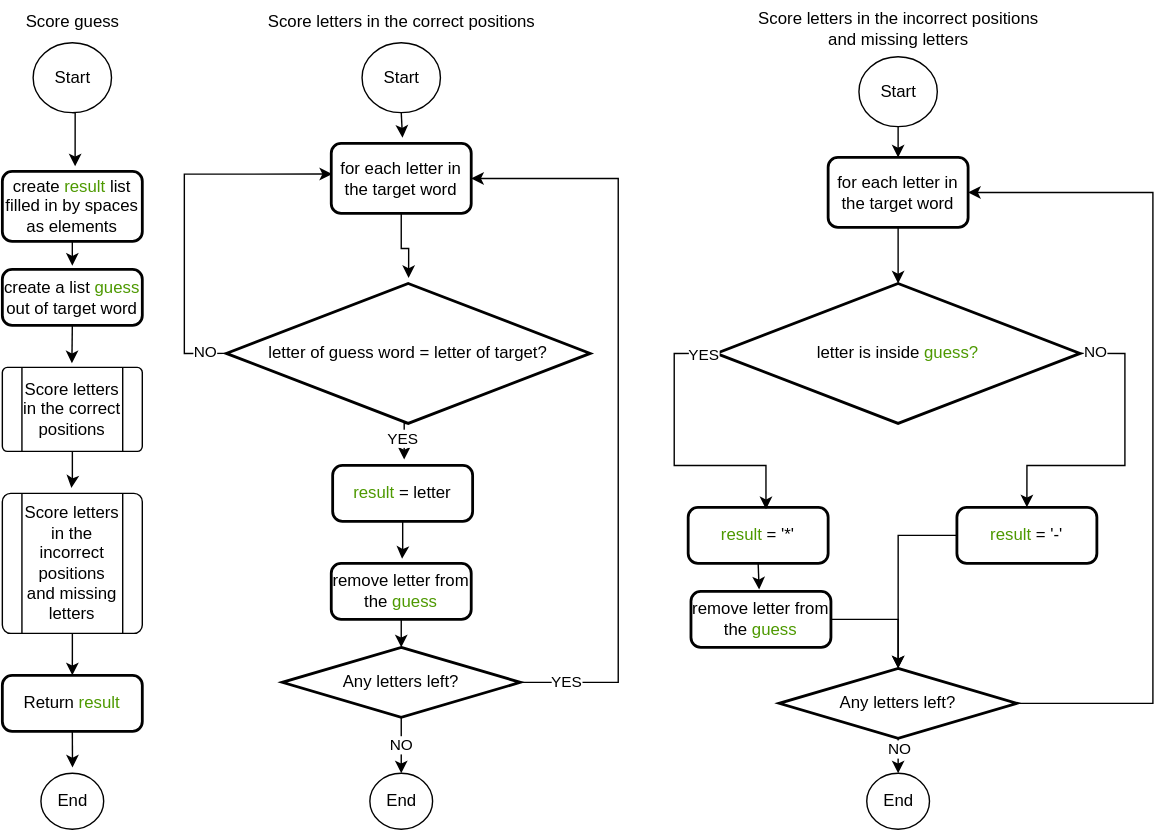
Alex-Gunn/QuestDeclining keeps this draw.io diagram as Wordle_flowchart.drawio.svg. Above is the earlier version. Source tidied: cells renumbered, new cells last; positions are measured from the earlier drawing's top-left corner, leaving out a move shared by most shapes.
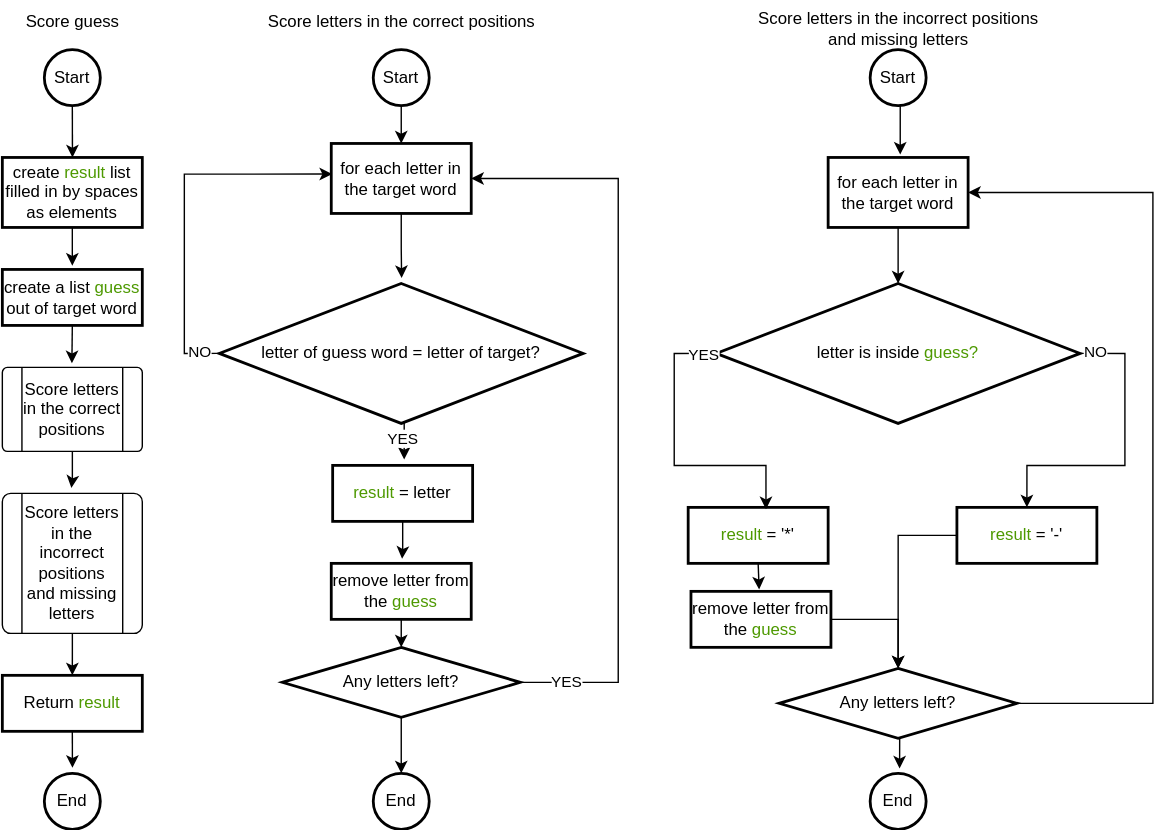
The same diagram one commit later.

Diff of the diagram source:
```diff
@@ -5,18 +5,12 @@
     <mxCell id="2" style="edgeStyle=orthogonalEdgeStyle;rounded=0;jettySize=auto;html=1;exitX=0.5;exitY=1;exitDx=0;exitDy=0;entryX=0.497;entryY=-0.05;entryDx=0;entryDy=0;entryPerimeter=0;" parent="1" edge="1" source="3" target="8">
       <mxGeometry relative="1" as="geometry" />
     </mxCell>
-    <mxCell id="3" value="create a list &lt;font color=&quot;#4d9900&quot;&gt;guess&lt;/font&gt; out of target word" style="rounded=1;whiteSpace=wrap;html=1;absoluteArcSize=1;arcSize=14;strokeWidth=2;" parent="1" vertex="1">
+    <mxCell id="3" value="create a list &lt;font color=&quot;#4d9900&quot;&gt;guess&lt;/font&gt; out of target word" style="rounded=0;whiteSpace=wrap;html=1;absoluteArcSize=1;arcSize=14;strokeWidth=2;" parent="1" vertex="1">
       <mxGeometry y="192" width="100" height="40" as="geometry" />
     </mxCell>
-    <mxCell id="4" value="Start" style="verticalLabelPosition=middle;verticalAlign=middle;html=1;shape=mxgraph.flowchart.on-page_reference;labelPosition=center;align=center;" parent="1" vertex="1">
-      <mxGeometry x="22" y="30" width="56" height="50" as="geometry" />
-    </mxCell>
-    <mxCell id="5" value="create &lt;font color=&quot;#4d9900&quot;&gt;result&lt;/font&gt; list filled in by spaces as elements" style="rounded=1;whiteSpace=wrap;html=1;absoluteArcSize=1;arcSize=14;strokeWidth=2;" parent="1" vertex="1">
-      <mxGeometry y="122" width="100" height="50" as="geometry" />
+    <mxCell id="5" value="create &lt;font color=&quot;#4d9900&quot;&gt;result&lt;/font&gt; list filled in by spaces as elements" style="rounded=0;whiteSpace=wrap;html=1;absoluteArcSize=1;arcSize=14;strokeWidth=2;" parent="1" vertex="1">
+      <mxGeometry y="112" width="100" height="50" as="geometry" />
     </mxCell>
-    <mxCell id="6" style="edgeStyle=orthogonalEdgeStyle;rounded=0;jettySize=auto;html=1;exitX=0.5;exitY=1;exitDx=0;exitDy=0;exitPerimeter=0;entryX=0.52;entryY=-0.073;entryDx=0;entryDy=0;entryPerimeter=0;" parent="1" edge="1" source="4" target="5">
-      <mxGeometry relative="1" as="geometry" />
-    </mxCell>
     <mxCell id="7" style="edgeStyle=orthogonalEdgeStyle;rounded=0;jettySize=auto;html=1;exitX=0.5;exitY=1;exitDx=0;exitDy=0;entryX=0.5;entryY=-0.067;entryDx=0;entryDy=0;entryPerimeter=0;" parent="1" edge="1" source="5" target="3">
       <mxGeometry relative="1" as="geometry" />
     </mxCell>
@@ -35,34 +29,22 @@
     <mxCell id="12" value="Score guess" style="text;html=1;align=center;verticalAlign=middle;strokeColor=none;fillColor=none;" parent="1" vertex="1">
       <mxGeometry x="5" width="90" height="30" as="geometry" />
     </mxCell>
-    <mxCell id="13" value="End" style="verticalLabelPosition=middle;verticalAlign=middle;html=1;shape=mxgraph.flowchart.on-page_reference;labelPosition=center;align=center;" parent="1" vertex="1">
-      <mxGeometry x="27.6" y="552" width="44.8" height="40" as="geometry" />
-    </mxCell>
-    <mxCell id="14" value="Return &lt;font color=&quot;#4d9900&quot;&gt;result&lt;/font&gt;" style="rounded=1;whiteSpace=wrap;html=1;absoluteArcSize=1;arcSize=14;strokeWidth=2;" parent="1" vertex="1">
+    <mxCell id="14" value="Return &lt;font color=&quot;#4d9900&quot;&gt;result&lt;/font&gt;" style="rounded=0;whiteSpace=wrap;html=1;absoluteArcSize=1;arcSize=14;strokeWidth=2;" parent="1" vertex="1">
       <mxGeometry y="482" width="100" height="40" as="geometry" />
     </mxCell>
-    <mxCell id="15" style="edgeStyle=orthogonalEdgeStyle;rounded=0;jettySize=auto;html=1;exitX=0.5;exitY=1;exitDx=0;exitDy=0;entryX=0.503;entryY=-0.104;entryDx=0;entryDy=0;entryPerimeter=0;" parent="1" edge="1" source="14" target="13">
-      <mxGeometry relative="1" as="geometry" />
-    </mxCell>
     <mxCell id="16" value="Score letters in the correct positions" style="text;html=1;align=center;verticalAlign=middle;strokeColor=none;fillColor=none;" parent="1" vertex="1">
       <mxGeometry x="180" width="210" height="30" as="geometry" />
     </mxCell>
     <mxCell id="17" value="Score letters in the incorrect positions &lt;br&gt;and missing letters" style="text;html=1;align=center;verticalAlign=middle;strokeColor=none;fillColor=none;" parent="1" vertex="1">
       <mxGeometry x="530" width="220" height="40" as="geometry" />
     </mxCell>
-    <mxCell id="18" value="Start" style="verticalLabelPosition=middle;verticalAlign=middle;html=1;shape=mxgraph.flowchart.on-page_reference;labelPosition=center;align=center;" parent="1" vertex="1">
-      <mxGeometry x="257" y="30" width="56" height="50" as="geometry" />
-    </mxCell>
-    <mxCell id="19" value="for each letter in the target word" style="rounded=1;whiteSpace=wrap;html=1;absoluteArcSize=1;arcSize=14;strokeWidth=2;" parent="1" vertex="1">
+    <mxCell id="19" value="for each letter in the target word" style="rounded=0;whiteSpace=wrap;html=1;absoluteArcSize=1;arcSize=14;strokeWidth=2;" parent="1" vertex="1">
       <mxGeometry x="235" y="102" width="100" height="50" as="geometry" />
     </mxCell>
-    <mxCell id="20" style="edgeStyle=orthogonalEdgeStyle;rounded=0;jettySize=auto;html=1;exitX=0.5;exitY=1;exitDx=0;exitDy=0;exitPerimeter=0;entryX=0.509;entryY=-0.083;entryDx=0;entryDy=0;entryPerimeter=0;" parent="1" edge="1" source="18" target="19">
-      <mxGeometry relative="1" as="geometry" />
-    </mxCell>
     <mxCell id="21" value="letter of guess word = letter of target?" style="strokeWidth=2;html=1;shape=mxgraph.flowchart.decision;whiteSpace=wrap;" parent="1" vertex="1">
-      <mxGeometry x="160" y="202" width="260" height="100" as="geometry" />
+      <mxGeometry x="155" y="202" width="260" height="100" as="geometry" />
     </mxCell>
-    <mxCell id="22" value="&lt;font color=&quot;#4d9900&quot;&gt;result&lt;/font&gt; = letter" style="rounded=1;whiteSpace=wrap;html=1;absoluteArcSize=1;arcSize=14;strokeWidth=2;" parent="1" vertex="1">
+    <mxCell id="22" value="&lt;font color=&quot;#4d9900&quot;&gt;result&lt;/font&gt; = letter" style="rounded=0;whiteSpace=wrap;html=1;absoluteArcSize=1;arcSize=14;strokeWidth=2;" parent="1" vertex="1">
       <mxGeometry x="236" y="332" width="100" height="40" as="geometry" />
     </mxCell>
     <mxCell id="23" style="edgeStyle=orthogonalEdgeStyle;rounded=0;jettySize=auto;html=1;exitX=1;exitY=0.5;exitDx=0;exitDy=0;entryX=1;entryY=0.5;entryDx=0;entryDy=0;exitPerimeter=0;" parent="1" edge="1" source="33" target="19">
@@ -76,7 +58,7 @@
     <mxCell id="24" value="YES" style="edgeLabel;html=1;align=center;verticalAlign=middle;" parent="23" vertex="1">
       <mxGeometry x="-0.88" relative="1" as="geometry" />
     </mxCell>
-    <mxCell id="25" value="remove letter from the &lt;font color=&quot;#4d9900&quot;&gt;guess&lt;/font&gt;" style="rounded=1;whiteSpace=wrap;html=1;absoluteArcSize=1;arcSize=14;strokeWidth=2;" parent="1" vertex="1">
+    <mxCell id="25" value="remove letter from the &lt;font color=&quot;#4d9900&quot;&gt;guess&lt;/font&gt;" style="rounded=0;whiteSpace=wrap;html=1;absoluteArcSize=1;arcSize=14;strokeWidth=2;" parent="1" vertex="1">
       <mxGeometry x="235" y="402" width="100" height="40" as="geometry" />
     </mxCell>
     <mxCell id="26" style="edgeStyle=orthogonalEdgeStyle;rounded=0;jettySize=auto;html=1;exitX=0.5;exitY=1;exitDx=0;exitDy=0;exitPerimeter=0;entryX=0.511;entryY=-0.104;entryDx=0;entryDy=0;entryPerimeter=0;" parent="1" edge="1" source="21" target="22">
@@ -102,31 +84,16 @@
     <mxCell id="31" style="edgeStyle=orthogonalEdgeStyle;rounded=0;jettySize=auto;html=1;exitX=0.5;exitY=1;exitDx=0;exitDy=0;entryX=0.501;entryY=-0.039;entryDx=0;entryDy=0;entryPerimeter=0;" parent="1" edge="1" source="19" target="21">
       <mxGeometry relative="1" as="geometry" />
     </mxCell>
-    <mxCell id="32" value="End" style="verticalLabelPosition=middle;verticalAlign=middle;html=1;shape=mxgraph.flowchart.on-page_reference;labelPosition=center;align=center;" parent="1" vertex="1">
-      <mxGeometry x="262.6" y="552" width="44.8" height="40" as="geometry" />
-    </mxCell>
+    <mxCell id="57" style="edgeStyle=orthogonalEdgeStyle;rounded=0;jettySize=auto;html=1;" parent="1" edge="1" source="33" target="65">
+      <mxGeometry relative="1" as="geometry" />
+    </mxCell>
     <mxCell id="33" value="Any letters left?" style="strokeWidth=2;html=1;shape=mxgraph.flowchart.decision;whiteSpace=wrap;" parent="1" vertex="1">
       <mxGeometry x="200" y="462" width="170" height="50" as="geometry" />
     </mxCell>
     <mxCell id="34" style="edgeStyle=orthogonalEdgeStyle;rounded=0;jettySize=auto;html=1;exitX=0.5;exitY=1;exitDx=0;exitDy=0;entryX=0.5;entryY=0;entryDx=0;entryDy=0;entryPerimeter=0;" parent="1" edge="1" source="25" target="33">
       <mxGeometry relative="1" as="geometry" />
     </mxCell>
-    <mxCell id="35" style="edgeStyle=orthogonalEdgeStyle;rounded=0;jettySize=auto;html=1;entryX=0.5;entryY=0;entryDx=0;entryDy=0;entryPerimeter=0;" parent="1" edge="1" source="33" target="32">
-      <mxGeometry relative="1" as="geometry" />
-    </mxCell>
-    <mxCell id="36" value="NO" style="edgeLabel;html=1;align=center;verticalAlign=middle;" parent="35" vertex="1">
-      <mxGeometry x="-0.04" relative="1" as="geometry" />
-    </mxCell>
-    <mxCell id="37" style="edgeStyle=orthogonalEdgeStyle;rounded=0;jettySize=auto;html=1;exitX=0.5;exitY=1;exitDx=0;exitDy=0;exitPerimeter=0;entryX=0.5;entryY=0;entryDx=0;entryDy=0;" parent="1" edge="1" source="38" target="40">
-      <mxGeometry relative="1" as="geometry" />
-    </mxCell>
-    <mxCell id="38" value="Start" style="verticalLabelPosition=middle;verticalAlign=middle;html=1;shape=mxgraph.flowchart.on-page_reference;labelPosition=center;align=center;" parent="1" vertex="1">
-      <mxGeometry x="612" y="40" width="56" height="50" as="geometry" />
-    </mxCell>
-    <mxCell id="39" value="End" style="verticalLabelPosition=middle;verticalAlign=middle;html=1;shape=mxgraph.flowchart.on-page_reference;labelPosition=center;align=center;" parent="1" vertex="1">
-      <mxGeometry x="617.6" y="552" width="44.8" height="40" as="geometry" />
-    </mxCell>
-    <mxCell id="40" value="for each letter in the target word" style="rounded=1;whiteSpace=wrap;html=1;absoluteArcSize=1;arcSize=14;strokeWidth=2;" parent="1" vertex="1">
+    <mxCell id="40" value="for each letter in the target word" style="rounded=0;whiteSpace=wrap;html=1;absoluteArcSize=1;arcSize=14;strokeWidth=2;" parent="1" vertex="1">
       <mxGeometry x="590" y="112" width="100" height="50" as="geometry" />
     </mxCell>
     <mxCell id="41" style="edgeStyle=orthogonalEdgeStyle;rounded=0;jettySize=auto;html=1;exitX=1;exitY=0.5;exitDx=0;exitDy=0;exitPerimeter=0;entryX=0.5;entryY=0;entryDx=0;entryDy=0;" parent="1" edge="1" source="43" target="49">
@@ -144,10 +111,10 @@
     <mxCell id="43" value="letter is inside &lt;font color=&quot;#4d9900&quot;&gt;guess?&lt;/font&gt;" style="strokeWidth=2;html=1;shape=mxgraph.flowchart.decision;whiteSpace=wrap;" parent="1" vertex="1">
       <mxGeometry x="510" y="202" width="260" height="100" as="geometry" />
     </mxCell>
-    <mxCell id="44" value="&lt;font color=&quot;#4d9900&quot;&gt;result&lt;/font&gt; = '*'" style="rounded=1;whiteSpace=wrap;html=1;absoluteArcSize=1;arcSize=14;strokeWidth=2;" parent="1" vertex="1">
+    <mxCell id="44" value="&lt;font color=&quot;#4d9900&quot;&gt;result&lt;/font&gt; = '*'" style="rounded=0;whiteSpace=wrap;html=1;absoluteArcSize=1;arcSize=14;strokeWidth=2;" parent="1" vertex="1">
       <mxGeometry x="490" y="362" width="100" height="40" as="geometry" />
     </mxCell>
-    <mxCell id="45" value="remove letter from the &lt;font color=&quot;#4d9900&quot;&gt;guess&lt;/font&gt;" style="rounded=1;whiteSpace=wrap;html=1;absoluteArcSize=1;arcSize=14;strokeWidth=2;" parent="1" vertex="1">
+    <mxCell id="45" value="remove letter from the &lt;font color=&quot;#4d9900&quot;&gt;guess&lt;/font&gt;" style="rounded=0;whiteSpace=wrap;html=1;absoluteArcSize=1;arcSize=14;strokeWidth=2;" parent="1" vertex="1">
       <mxGeometry x="492" y="422" width="100" height="40" as="geometry" />
     </mxCell>
     <mxCell id="46" style="edgeStyle=orthogonalEdgeStyle;rounded=0;jettySize=auto;html=1;exitX=0;exitY=0.5;exitDx=0;exitDy=0;exitPerimeter=0;entryX=0.556;entryY=0.032;entryDx=0;entryDy=0;entryPerimeter=0;" parent="1" edge="1" source="43" target="44">
@@ -165,7 +132,7 @@
     <mxCell id="48" style="edgeStyle=orthogonalEdgeStyle;rounded=0;jettySize=auto;html=1;exitX=0.5;exitY=1;exitDx=0;exitDy=0;entryX=0.487;entryY=-0.035;entryDx=0;entryDy=0;entryPerimeter=0;" parent="1" edge="1" source="44" target="45">
       <mxGeometry relative="1" as="geometry" />
     </mxCell>
-    <mxCell id="49" value="&lt;font color=&quot;#4d9900&quot;&gt;result&lt;/font&gt; = '-'" style="rounded=1;whiteSpace=wrap;html=1;absoluteArcSize=1;arcSize=14;strokeWidth=2;" parent="1" vertex="1">
+    <mxCell id="49" value="&lt;font color=&quot;#4d9900&quot;&gt;result&lt;/font&gt; = '-'" style="rounded=0;whiteSpace=wrap;html=1;absoluteArcSize=1;arcSize=14;strokeWidth=2;" parent="1" vertex="1">
       <mxGeometry x="682" y="362" width="100" height="40" as="geometry" />
     </mxCell>
     <mxCell id="50" style="edgeStyle=orthogonalEdgeStyle;rounded=0;jettySize=auto;html=1;exitX=1;exitY=0.5;exitDx=0;exitDy=0;exitPerimeter=0;entryX=1;entryY=0.5;entryDx=0;entryDy=0;" parent="1" edge="1" source="51" target="40">
@@ -185,14 +152,41 @@
     <mxCell id="53" style="edgeStyle=orthogonalEdgeStyle;rounded=0;jettySize=auto;html=1;exitX=1;exitY=0.5;exitDx=0;exitDy=0;entryX=0.5;entryY=0;entryDx=0;entryDy=0;entryPerimeter=0;" parent="1" edge="1" source="45" target="51">
       <mxGeometry relative="1" as="geometry" />
     </mxCell>
-    <mxCell id="54" style="edgeStyle=orthogonalEdgeStyle;rounded=0;jettySize=auto;html=1;exitX=0.5;exitY=1;exitDx=0;exitDy=0;exitPerimeter=0;entryX=0.5;entryY=0;entryDx=0;entryDy=0;entryPerimeter=0;" parent="1" edge="1" source="51" target="39">
-      <mxGeometry relative="1" as="geometry" />
-    </mxCell>
-    <mxCell id="55" value="NO" style="edgeLabel;html=1;align=center;verticalAlign=middle;" parent="54" vertex="1">
-      <mxGeometry x="-0.34" y="1" relative="1" as="geometry" />
-    </mxCell>
     <mxCell id="56" style="edgeStyle=orthogonalEdgeStyle;rounded=0;jettySize=auto;html=1;exitX=0.5;exitY=1;exitDx=0;exitDy=0;entryX=0.5;entryY=0;entryDx=0;entryDy=0;entryPerimeter=0;" parent="1" edge="1" source="40" target="43">
       <mxGeometry relative="1" as="geometry" />
     </mxCell>
+    <mxCell id="58" value="Start" style="strokeWidth=2;html=1;shape=mxgraph.flowchart.start_2;whiteSpace=wrap;" parent="1" vertex="1">
+      <mxGeometry x="30" y="35" width="40" height="40" as="geometry" />
+    </mxCell>
+    <mxCell id="59" style="edgeStyle=orthogonalEdgeStyle;rounded=0;jettySize=auto;html=1;exitX=0.5;exitY=1;exitDx=0;exitDy=0;exitPerimeter=0;entryX=0.5;entryY=0;entryDx=0;entryDy=0;" parent="1" edge="1" source="60" target="19">
+      <mxGeometry relative="1" as="geometry" />
+    </mxCell>
+    <mxCell id="60" value="Start" style="strokeWidth=2;html=1;shape=mxgraph.flowchart.start_2;whiteSpace=wrap;" parent="1" vertex="1">
+      <mxGeometry x="265" y="35" width="40" height="40" as="geometry" />
+    </mxCell>
+    <mxCell id="61" value="Start" style="strokeWidth=2;html=1;shape=mxgraph.flowchart.start_2;whiteSpace=wrap;" parent="1" vertex="1">
+      <mxGeometry x="620" y="35" width="40" height="40" as="geometry" />
+    </mxCell>
+    <mxCell id="62" style="edgeStyle=orthogonalEdgeStyle;rounded=0;jettySize=auto;html=1;exitX=0.5;exitY=1;exitDx=0;exitDy=0;exitPerimeter=0;entryX=0.501;entryY=0;entryDx=0;entryDy=0;entryPerimeter=0;" parent="1" edge="1" source="58" target="5">
+      <mxGeometry relative="1" as="geometry" />
+    </mxCell>
+    <mxCell id="63" style="edgeStyle=orthogonalEdgeStyle;rounded=0;jettySize=auto;html=1;exitX=0.5;exitY=1;exitDx=0;exitDy=0;exitPerimeter=0;entryX=0.515;entryY=-0.041;entryDx=0;entryDy=0;entryPerimeter=0;" parent="1" edge="1" source="61" target="40">
+      <mxGeometry relative="1" as="geometry" />
+    </mxCell>
+    <mxCell id="64" value="End" style="strokeWidth=2;html=1;shape=mxgraph.flowchart.start_2;whiteSpace=wrap;" parent="1" vertex="1">
+      <mxGeometry x="30" y="552" width="40" height="40" as="geometry" />
+    </mxCell>
+    <mxCell id="65" value="End" style="strokeWidth=2;html=1;shape=mxgraph.flowchart.start_2;whiteSpace=wrap;" parent="1" vertex="1">
+      <mxGeometry x="265" y="552" width="40" height="40" as="geometry" />
+    </mxCell>
+    <mxCell id="66" value="End" style="strokeWidth=2;html=1;shape=mxgraph.flowchart.start_2;whiteSpace=wrap;" parent="1" vertex="1">
+      <mxGeometry x="620" y="552" width="40" height="40" as="geometry" />
+    </mxCell>
+    <mxCell id="67" style="edgeStyle=orthogonalEdgeStyle;rounded=0;jettySize=auto;html=1;exitX=0.5;exitY=1;exitDx=0;exitDy=0;entryX=0.502;entryY=-0.098;entryDx=0;entryDy=0;entryPerimeter=0;" parent="1" edge="1" source="14" target="64">
+      <mxGeometry relative="1" as="geometry" />
+    </mxCell>
+    <mxCell id="68" style="edgeStyle=orthogonalEdgeStyle;rounded=0;jettySize=auto;html=1;exitX=0.5;exitY=1;exitDx=0;exitDy=0;exitPerimeter=0;entryX=0.526;entryY=-0.086;entryDx=0;entryDy=0;entryPerimeter=0;" parent="1" edge="1" source="51" target="66">
+      <mxGeometry relative="1" as="geometry" />
+    </mxCell>
   </root>
 </mxGraphModel>
```
